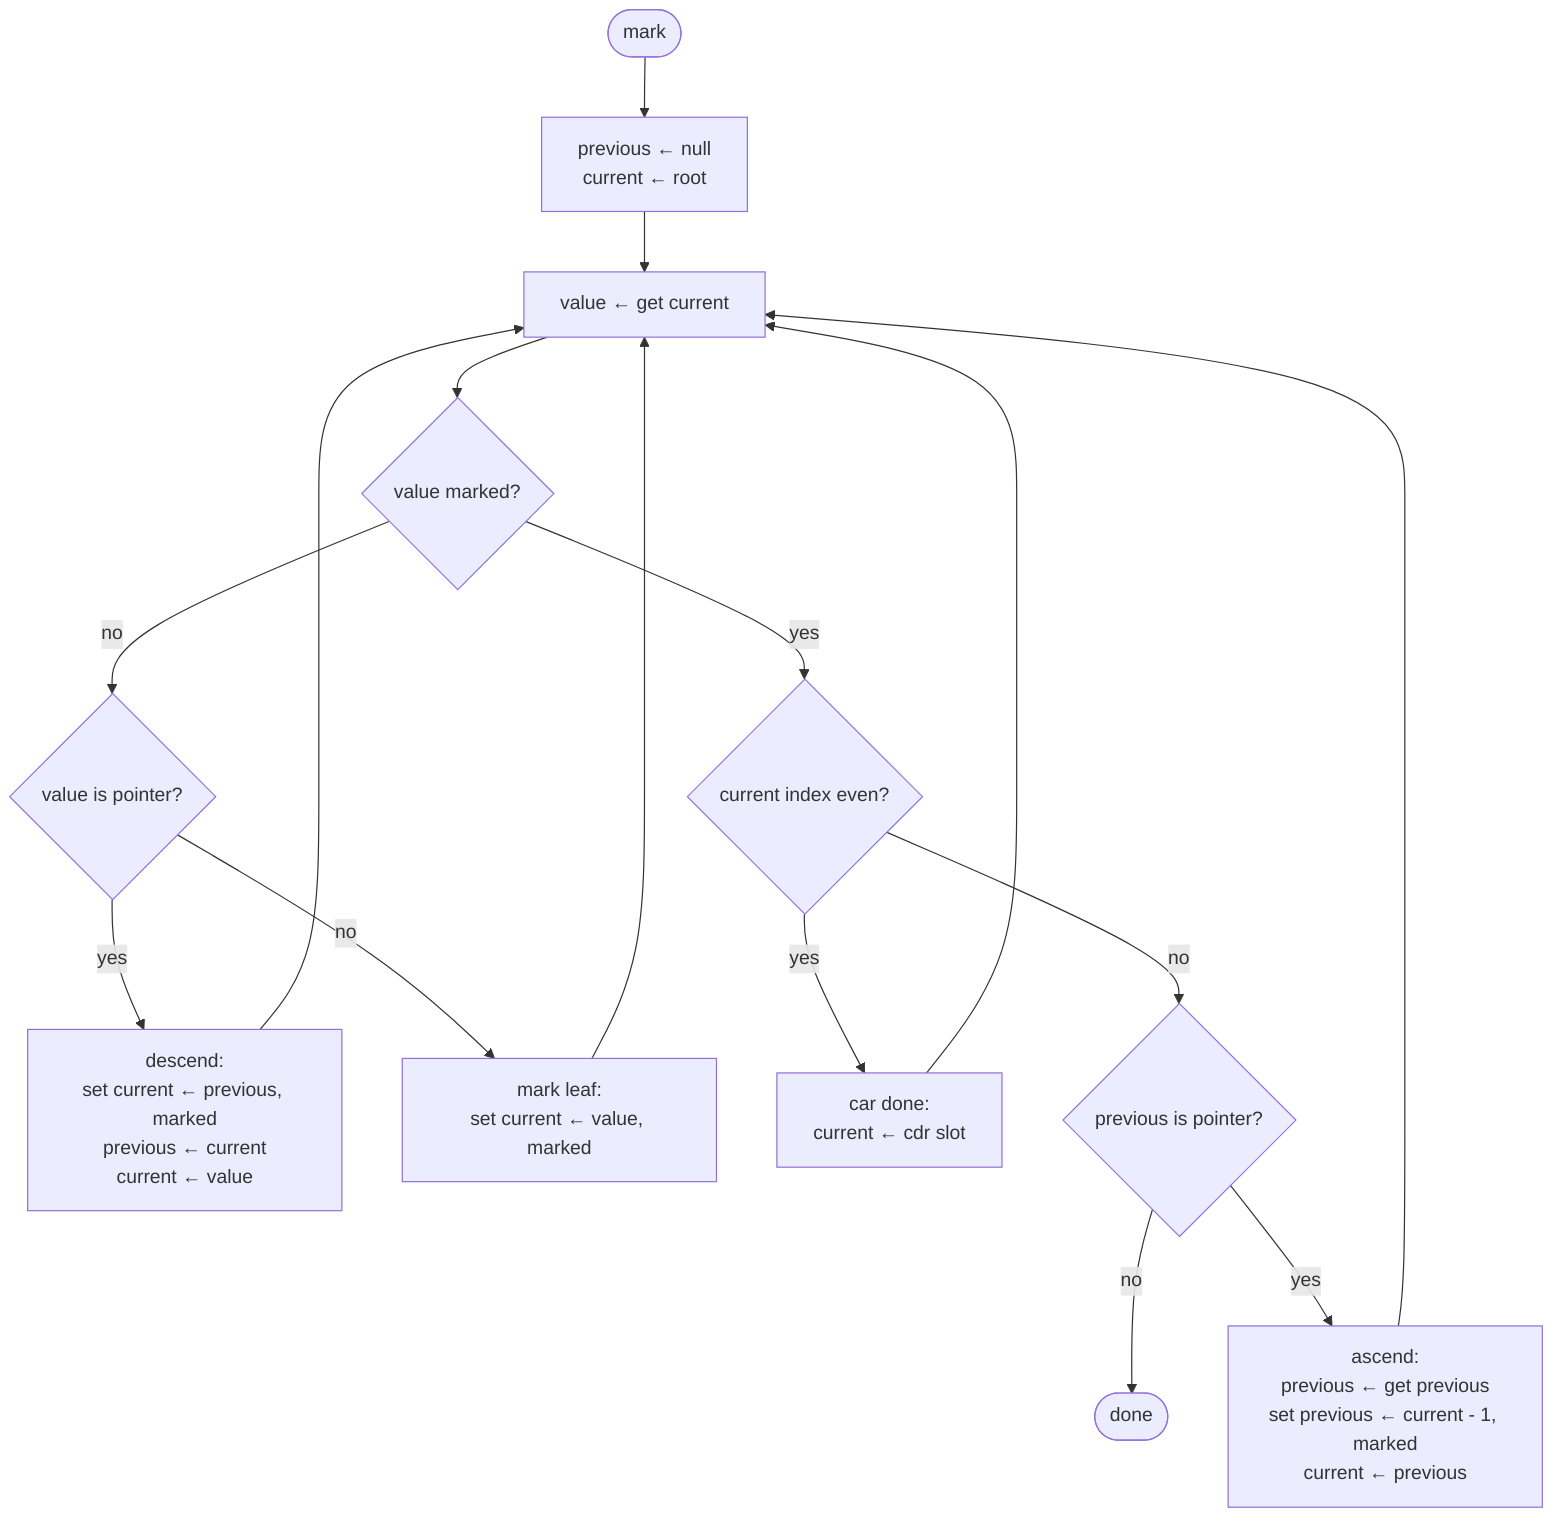
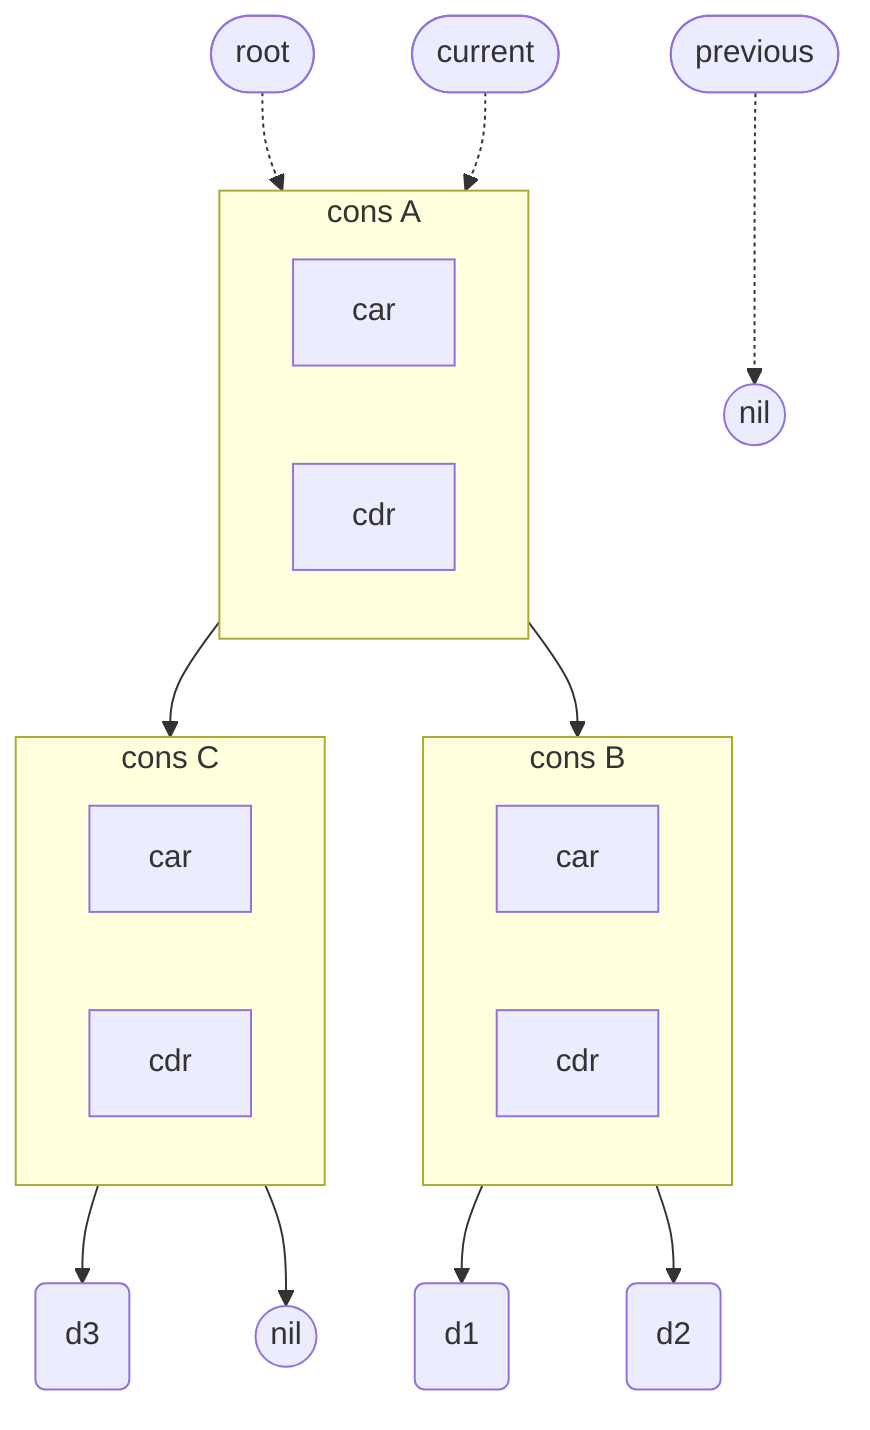
flowchart TD
-   s0([mark]) --> i0["previous ← null<br/>current ← root"]
-   i0 --> r0["value ← get current"]
+   rt([root]) -.-> a
+   cur([current]):::red -.-> a
+   prev([previous]):::blue -.-> n0((nil))

-   r0 --> q0{value marked?}
+   subgraph a["cons A"]
+     direction LR
+     a0[car]
+     a1[cdr]
+   end

-   q0 -->|no| q1{value is pointer?}
-   q1 -->|yes| m0["descend:<br/>set current ← previous, marked<br/>previous ← current<br/>current ← value"]:::red
-   q1 -->|no| m1["mark leaf:<br/>set current ← value, marked"]
+   subgraph b["cons B"]
+     direction LR
+     b0[car]
+     b1[cdr]
+   end

-   q0 -->|yes| q2{current index even?}
-   q2 -->|yes| m2["car done:<br/>current ← cdr slot"]
-   q2 -->|no| q3{previous is pointer?}
+   subgraph c["cons C"]
+     direction LR
+     c0[car]
+     c1[cdr]
+   end

-   q3 -->|no| e0([done])
-   q3 -->|yes| m3["ascend:<br/>previous ← get previous<br/>set previous ← current - 1, marked<br/>current ← previous"]:::red
- 
-   m0 --> r0
-   m1 --> r0
-   m2 --> r0
-   m3 --> r0
+   a0 --> b
+   a1 --> c
+   b0 --> d1(d1)
+   b1 --> d2(d2)
+   c0 --> d3(d3)
+   c1 --> n1((nil))
